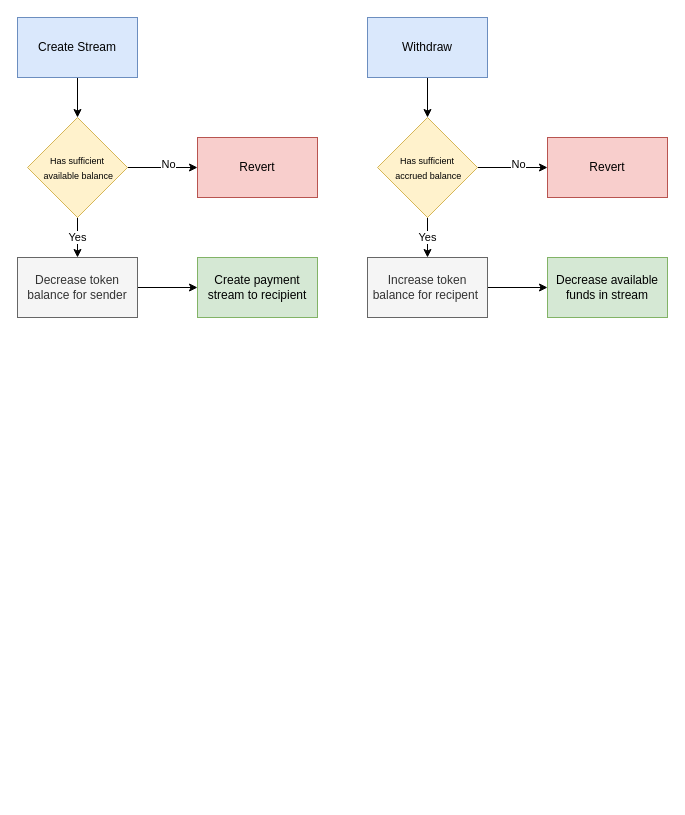
This is page "Stream" (3 of 3) of Untitled Diagram.drawio from amadeobrands/YetiRoll, a draw.io file, before an edit. Source tidied: cells renumbered, new cells numbered last; positions are measured from the earlier drawing's top-left corner, leaving out a move shared by most shapes. Both pictures are drawn from the tidied source at 100%, with x=0, y=0 at pixel (17, 17).
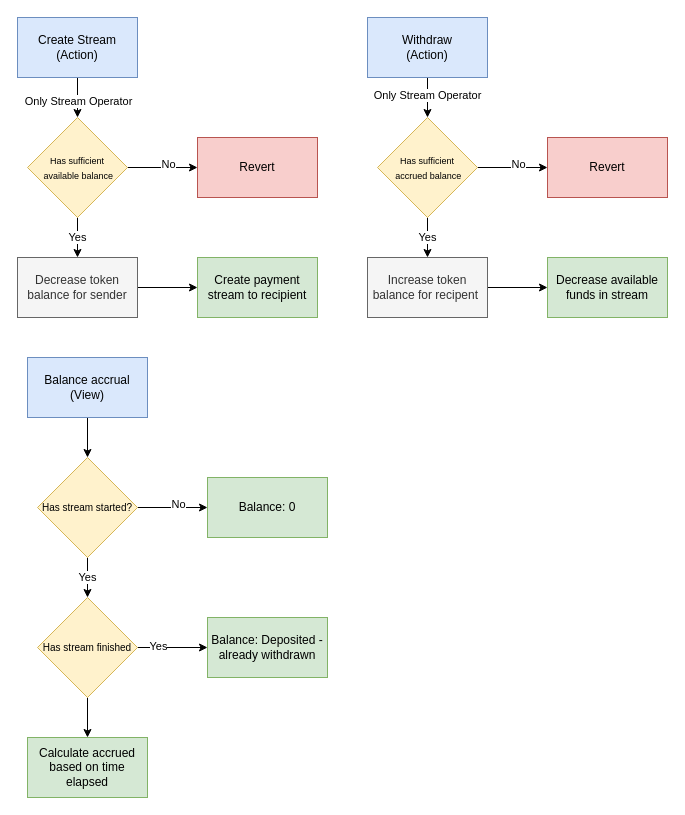
After the change.

Unchanged cells that the change refers to:
```xml
<mxCell id="2" style="edgeStyle=orthogonalEdgeStyle;rounded=0;jettySize=auto;html=1;" parent="1" edge="1" source="3" target="7">
  <mxGeometry relative="1" as="geometry" />
</mxCell>
<mxCell id="12" style="edgeStyle=orthogonalEdgeStyle;rounded=0;jettySize=auto;html=1;" parent="1" edge="1" source="13" target="17">
  <mxGeometry relative="1" as="geometry" />
</mxCell>
```

Diff of the diagram source:
```diff
@@
+    <mxCell id="22" value="Only Stream Operator" style="edgeLabel;html=1;align=center;verticalAlign=middle;" parent="2" vertex="1">
+      <mxGeometry x="0.15" relative="1" as="geometry" />
+    </mxCell>
-    <mxCell id="3" value="Create Stream" style="rounded=0;whiteSpace=wrap;html=1;fillColor=#dae8fc;strokeColor=#6c8ebf;" parent="1" vertex="1">
+    <mxCell id="3" value="Create Stream&lt;br&gt;(Action)" style="rounded=0;whiteSpace=wrap;html=1;fillColor=#dae8fc;strokeColor=#6c8ebf;" parent="1" vertex="1">
       <mxGeometry width="120" height="60" as="geometry" />
     </mxCell>
@@
+    <mxCell id="23" value="Only Stream Operator" style="edgeLabel;html=1;align=center;verticalAlign=middle;" parent="12" vertex="1">
+      <mxGeometry x="-0.15" y="-1" relative="1" as="geometry" />
+    </mxCell>
-    <mxCell id="13" value="Withdraw" style="rounded=0;whiteSpace=wrap;html=1;fillColor=#dae8fc;strokeColor=#6c8ebf;" parent="1" vertex="1">
+    <mxCell id="13" value="Withdraw&lt;br&gt;(Action)" style="rounded=0;whiteSpace=wrap;html=1;fillColor=#dae8fc;strokeColor=#6c8ebf;" parent="1" vertex="1">
       <mxGeometry x="350" width="120" height="60" as="geometry" />
     </mxCell>
@@
+    <mxCell id="24" style="edgeStyle=orthogonalEdgeStyle;rounded=0;jettySize=auto;html=1;" parent="1" edge="1" source="25" target="29">
+      <mxGeometry relative="1" as="geometry" />
+    </mxCell>
+    <mxCell id="25" value="Balance accrual&lt;br&gt;(View)" style="rounded=0;whiteSpace=wrap;html=1;fillColor=#dae8fc;strokeColor=#6c8ebf;" parent="1" vertex="1">
+      <mxGeometry x="10" y="340" width="120" height="60" as="geometry" />
+    </mxCell>
+    <mxCell id="26" style="edgeStyle=orthogonalEdgeStyle;rounded=0;jettySize=auto;html=1;" parent="1" edge="1" source="29" target="30">
+      <mxGeometry relative="1" as="geometry" />
+    </mxCell>
+    <mxCell id="27" value="No" style="edgeLabel;html=1;align=center;verticalAlign=middle;" parent="26" vertex="1">
+      <mxGeometry x="0.14" y="4" relative="1" as="geometry" />
+    </mxCell>
+    <mxCell id="28" value="Yes" style="edgeStyle=orthogonalEdgeStyle;rounded=0;jettySize=auto;html=1;" parent="1" edge="1" source="29">
+      <mxGeometry relative="1" as="geometry">
+        <mxPoint x="70" y="580" as="targetPoint" />
+      </mxGeometry>
+    </mxCell>
+    <mxCell id="29" value="&lt;font size=&quot;1&quot;&gt;Has stream started?&lt;/font&gt;" style="rhombus;whiteSpace=wrap;html=1;rounded=0;fillColor=#fff2cc;strokeColor=#d6b656;" parent="1" vertex="1">
+      <mxGeometry x="20" y="440" width="100" height="100" as="geometry" />
+    </mxCell>
+    <mxCell id="30" value="Balance: 0" style="whiteSpace=wrap;html=1;rounded=0;fillColor=#d5e8d4;strokeColor=#82b366;" parent="1" vertex="1">
+      <mxGeometry x="190" y="460" width="120" height="60" as="geometry" />
+    </mxCell>
+    <mxCell id="31" style="edgeStyle=orthogonalEdgeStyle;rounded=0;jettySize=auto;html=1;" parent="1" edge="1" source="34" target="35">
+      <mxGeometry relative="1" as="geometry" />
+    </mxCell>
+    <mxCell id="32" value="Yes" style="edgeLabel;html=1;align=center;verticalAlign=middle;" parent="31" vertex="1">
+      <mxGeometry x="-0.43" y="2" relative="1" as="geometry" />
+    </mxCell>
+    <mxCell id="33" style="edgeStyle=orthogonalEdgeStyle;rounded=0;jettySize=auto;html=1;" parent="1" edge="1" source="34" target="36">
+      <mxGeometry relative="1" as="geometry" />
+    </mxCell>
+    <mxCell id="34" value="&lt;font size=&quot;1&quot;&gt;Has stream finished&lt;/font&gt;" style="rhombus;whiteSpace=wrap;html=1;rounded=0;fillColor=#fff2cc;strokeColor=#d6b656;" parent="1" vertex="1">
+      <mxGeometry x="20" y="580" width="100" height="100" as="geometry" />
+    </mxCell>
+    <mxCell id="35" value="Balance: Deposited - already withdrawn" style="whiteSpace=wrap;html=1;rounded=0;strokeColor=#82b366;fillColor=#d5e8d4;" parent="1" vertex="1">
+      <mxGeometry x="190" y="600" width="120" height="60" as="geometry" />
+    </mxCell>
+    <mxCell id="36" value="Calculate accrued based on time elapsed" style="whiteSpace=wrap;html=1;rounded=0;strokeColor=#82b366;fillColor=#d5e8d4;" parent="1" vertex="1">
+      <mxGeometry x="10" y="720" width="120" height="60" as="geometry" />
+    </mxCell>
```
